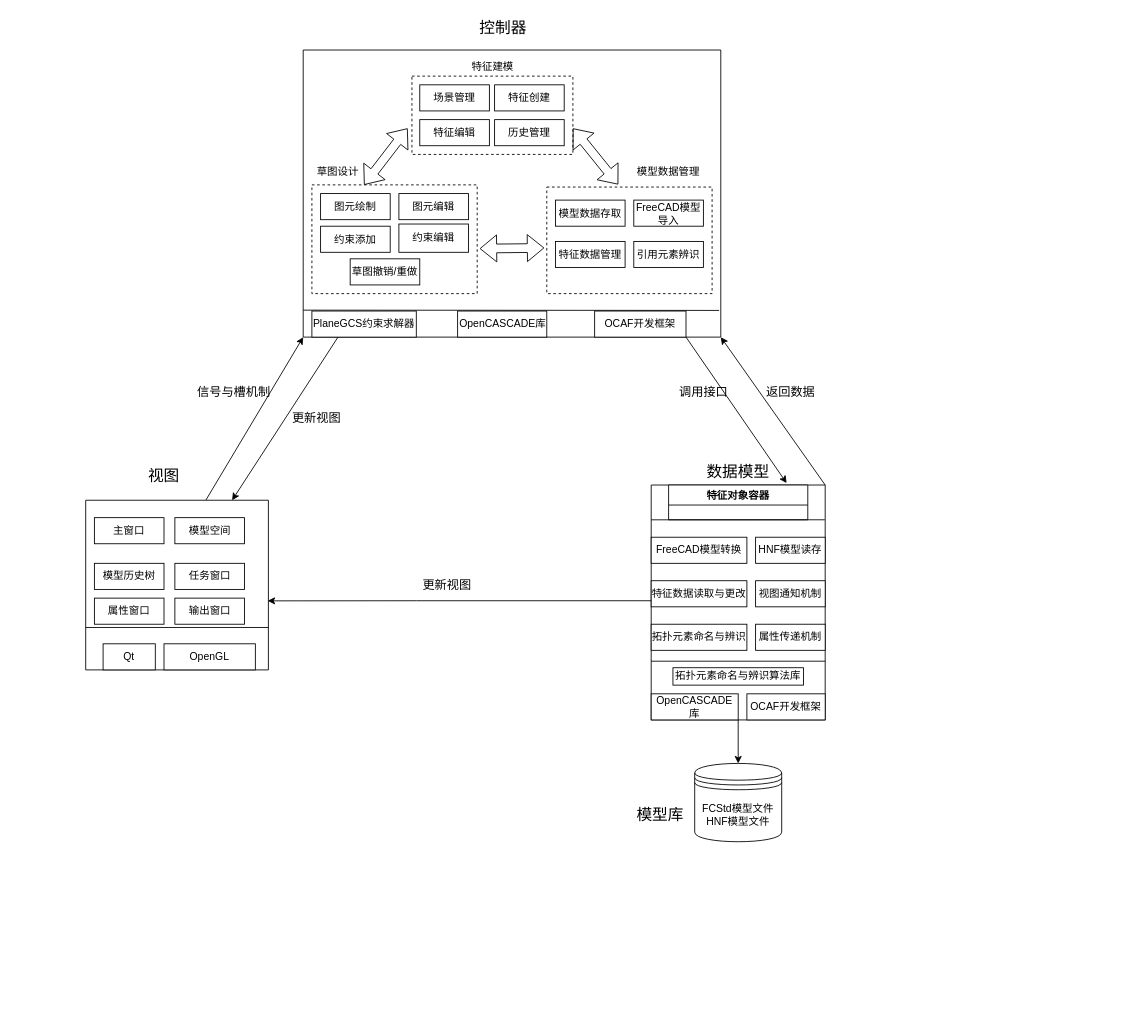
The draw.io diagram MVC架构不分层.drawio in liuhuliuhu123/First-test, before the edit. Source tidied: cells renumbered, new cells numbered last; positions are measured from the earlier drawing's top-left corner, leaving out a move shared by most shapes. Both pictures are drawn from the tidied source at 87%, with x=0, y=0 at pixel (85, 15).
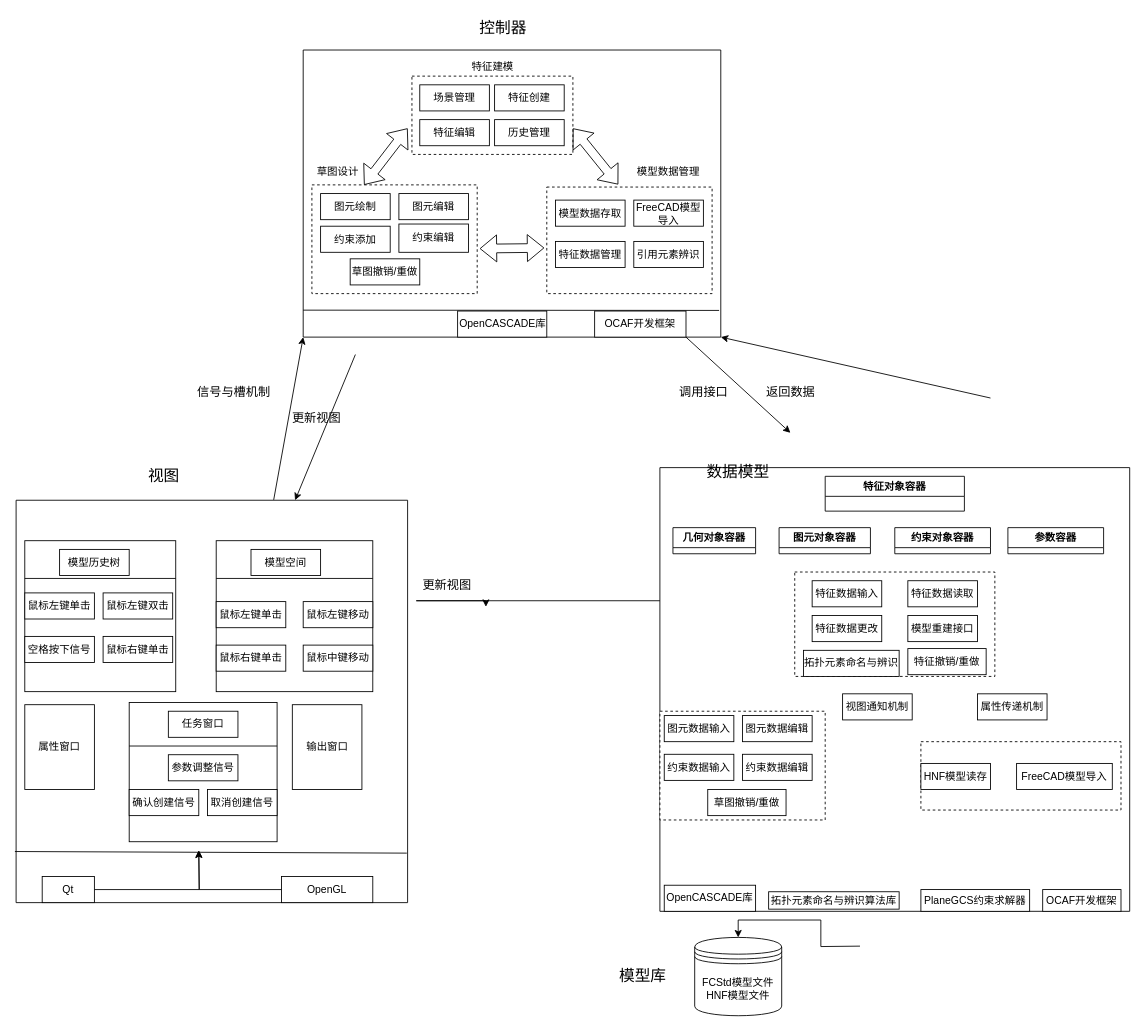
Above is the later version.

Commit message:
更新MVC架构不分层.drawio

Unchanged cells that the change refers to:
```xml
<mxCell id="11" style="swimlane;startSize=0;" parent="1" vertex="1">
  <mxGeometry x="250" y="40" width="480" height="330" as="geometry" />
</mxCell>
<mxCell id="34" value="OCAF开发框架" style="rounded=0;whiteSpace=wrap;html=1;" parent="11" vertex="1">
  <mxGeometry x="335" y="300" width="105" height="30" as="geometry" />
</mxCell>
```

Change to the diagram source:
```diff
@@
     <mxCell id="2" style="swimlane;startSize=0;" parent="1" vertex="1">
-      <mxGeometry y="557.5" width="210" height="195" as="geometry" />
+      <mxGeometry x="-80" y="557.5" width="450" height="462.5" as="geometry" />
     </mxCell>
-    <mxCell id="3" value="主窗口" style="rounded=0;whiteSpace=wrap;html=1;" parent="2" vertex="1">
-      <mxGeometry x="10" y="20" width="80" height="30" as="geometry" />
-    </mxCell>
-    <mxCell id="4" value="模型空间" style="rounded=0;whiteSpace=wrap;html=1;" parent="2" vertex="1">
-      <mxGeometry x="102.5" y="20" width="80" height="30" as="geometry" />
-    </mxCell>
-    <mxCell id="5" value="模型历史树" style="rounded=0;whiteSpace=wrap;html=1;" parent="2" vertex="1">
-      <mxGeometry x="10" y="72.5" width="80" height="30" as="geometry" />
-    </mxCell>
-    <mxCell id="6" value="任务窗口" style="rounded=0;whiteSpace=wrap;html=1;" parent="2" vertex="1">
-      <mxGeometry x="102.5" y="72.5" width="80" height="30" as="geometry" />
-    </mxCell>
     <mxCell id="7" value="输出窗口" style="rounded=0;whiteSpace=wrap;html=1;" parent="2" vertex="1">
-      <mxGeometry x="102.5" y="112.5" width="80" height="30" as="geometry" />
+      <mxGeometry x="317.5" y="235" width="80" height="97.5" as="geometry" />
     </mxCell>
     <mxCell id="8" value="Qt" style="rounded=0;whiteSpace=wrap;html=1;" parent="2" vertex="1">
-      <mxGeometry x="20" y="165" width="60" height="30" as="geometry" />
+      <mxGeometry x="30" y="432.5" width="60" height="30" as="geometry" />
     </mxCell>
     <mxCell id="9" value="OpenGL" style="rounded=0;whiteSpace=wrap;html=1;" parent="2" vertex="1">
-      <mxGeometry x="90" y="165" width="105" height="30" as="geometry" />
+      <mxGeometry x="305" y="432.5" width="105" height="30" as="geometry" />
     </mxCell>
     <mxCell id="10" value="属性窗口" style="rounded=0;whiteSpace=wrap;html=1;" parent="2" vertex="1">
-      <mxGeometry x="10" y="112.5" width="80" height="30" as="geometry" />
+      <mxGeometry x="10" y="235" width="80" height="97.5" as="geometry" />
     </mxCell>
+    <mxCell id="69" style="whiteSpace=wrap;html=1;" parent="2" vertex="1">
+      <mxGeometry x="10" y="46.5" width="173.5" height="173.5" as="geometry" />
+    </mxCell>
+    <mxCell id="5" value="模型历史树" style="rounded=0;whiteSpace=wrap;html=1;" parent="2" vertex="1">
+      <mxGeometry x="50" y="56.5" width="80" height="30" as="geometry" />
+    </mxCell>
+    <mxCell id="70" value="鼠标左键单击" style="rounded=0;whiteSpace=wrap;html=1;" parent="2" vertex="1">
+      <mxGeometry x="10" y="106.5" width="80" height="30" as="geometry" />
+    </mxCell>
+    <mxCell id="71" value="鼠标左键双击" style="rounded=0;whiteSpace=wrap;html=1;" parent="2" vertex="1">
+      <mxGeometry x="100" y="106.5" width="80" height="30" as="geometry" />
+    </mxCell>
+    <mxCell id="72" value="空格按下信号" style="rounded=0;whiteSpace=wrap;html=1;" parent="2" vertex="1">
+      <mxGeometry x="10" y="156.5" width="80" height="30" as="geometry" />
+    </mxCell>
+    <mxCell id="73" value="鼠标右键单击" style="rounded=0;whiteSpace=wrap;html=1;" parent="2" vertex="1">
+      <mxGeometry x="100" y="156.5" width="80" height="30" as="geometry" />
+    </mxCell>
+    <mxCell id="74" style="endArrow=none;html=1;rounded=0;exitX=0;exitY=0.25;exitDx=0;exitDy=0;entryX=1;entryY=0.25;entryDx=0;entryDy=0;" parent="2" edge="1" source="69" target="69">
+      <mxGeometry relative="1" as="geometry" />
+    </mxCell>
+    <mxCell id="75" style="rounded=0;whiteSpace=wrap;html=1;" parent="2" vertex="1">
+      <mxGeometry x="230" y="46.5" width="180" height="173.5" as="geometry" />
+    </mxCell>
+    <mxCell id="4" value="模型空间" style="rounded=0;whiteSpace=wrap;html=1;" parent="2" vertex="1">
+      <mxGeometry x="270" y="56.5" width="80" height="30" as="geometry" />
+    </mxCell>
+    <mxCell id="76" value="鼠标左键单击" style="rounded=0;whiteSpace=wrap;html=1;" parent="2" vertex="1">
+      <mxGeometry x="230" y="116.5" width="80" height="30" as="geometry" />
+    </mxCell>
+    <mxCell id="77" value="鼠标右键单击" style="rounded=0;whiteSpace=wrap;html=1;" parent="2" vertex="1">
+      <mxGeometry x="230" y="166.5" width="80" height="30" as="geometry" />
+    </mxCell>
+    <mxCell id="78" value="鼠标左键移动" style="rounded=0;whiteSpace=wrap;html=1;" parent="2" vertex="1">
+      <mxGeometry x="330" y="116.5" width="80" height="30" as="geometry" />
+    </mxCell>
+    <mxCell id="79" value="鼠标中键移动" style="rounded=0;whiteSpace=wrap;html=1;" parent="2" vertex="1">
+      <mxGeometry x="330" y="166.5" width="80" height="30" as="geometry" />
+    </mxCell>
+    <mxCell id="80" style="endArrow=none;html=1;rounded=0;exitX=1;exitY=0.25;exitDx=0;exitDy=0;entryX=0;entryY=0.25;entryDx=0;entryDy=0;" parent="2" edge="1" source="75" target="75">
+      <mxGeometry relative="1" as="geometry" />
+    </mxCell>
+    <mxCell id="81" style="rounded=0;whiteSpace=wrap;html=1;" parent="2" vertex="1">
+      <mxGeometry x="130" y="232.5" width="170" height="160" as="geometry" />
+    </mxCell>
+    <mxCell id="6" value="任务窗口" style="rounded=0;whiteSpace=wrap;html=1;" parent="2" vertex="1">
+      <mxGeometry x="175" y="242.5" width="80" height="30" as="geometry" />
+    </mxCell>
+    <mxCell id="82" style="endArrow=none;html=1;rounded=0;exitX=0;exitY=0.5;exitDx=0;exitDy=0;entryX=1;entryY=0.5;entryDx=0;entryDy=0;" parent="2" edge="1">
+      <mxGeometry relative="1" as="geometry">
+        <mxPoint x="130" y="282.5" as="sourcePoint" />
+        <mxPoint x="300" y="282.5" as="targetPoint" />
+      </mxGeometry>
+    </mxCell>
+    <mxCell id="83" value="参数调整信号" style="rounded=0;whiteSpace=wrap;html=1;" parent="2" vertex="1">
+      <mxGeometry x="175" y="292.5" width="80" height="30" as="geometry" />
+    </mxCell>
+    <mxCell id="84" value="确认创建信号" style="rounded=0;whiteSpace=wrap;html=1;" parent="2" vertex="1">
+      <mxGeometry x="130" y="332.5" width="80" height="30" as="geometry" />
+    </mxCell>
+    <mxCell id="85" value="取消创建信号" style="rounded=0;whiteSpace=wrap;html=1;" parent="2" vertex="1">
+      <mxGeometry x="220" y="332.5" width="80" height="30" as="geometry" />
+    </mxCell>
+    <mxCell id="86" style="endArrow=classic;html=1;rounded=0;exitX=1;exitY=0.5;exitDx=0;exitDy=0;edgeStyle=orthogonalEdgeStyle;" parent="2" edge="1" source="8">
+      <mxGeometry relative="1" as="geometry">
+        <mxPoint x="210" y="402.5" as="targetPoint" />
+      </mxGeometry>
+    </mxCell>
@@
-    <mxCell id="32" value="PlaneGCS约束求解器" style="rounded=0;whiteSpace=wrap;html=1;" parent="11" vertex="1">
-      <mxGeometry x="10" y="300" width="120" height="30" as="geometry" />
-    </mxCell>
@@
-    <mxCell id="38" style="edgeStyle=orthogonalEdgeStyle;rounded=0;jettySize=auto;html=1;entryX=0.5;entryY=0;entryDx=0;entryDy=0;exitX=1;exitY=1;exitDx=0;exitDy=0;" parent="1" edge="1" source="48" target="55">
-      <mxGeometry relative="1" as="geometry" />
+    <mxCell id="38" style="edgeStyle=orthogonalEdgeStyle;rounded=0;jettySize=auto;html=1;entryX=0.5;entryY=0;entryDx=0;entryDy=0;" parent="1" edge="1" target="55">
+      <mxGeometry relative="1" as="geometry">
+        <mxPoint x="890" y="1070" as="sourcePoint" />
+      </mxGeometry>
     </mxCell>
     <mxCell id="39" style="swimlane;startSize=0;" parent="1" vertex="1">
-      <mxGeometry x="650" y="540" width="200" height="270" as="geometry" />
+      <mxGeometry x="660" y="520" width="540" height="510" as="geometry" />
     </mxCell>
-    <mxCell id="40" value="FreeCAD模型转换" style="rounded=0;whiteSpace=wrap;html=1;" parent="39" vertex="1">
-      <mxGeometry y="60" width="110" height="30" as="geometry" />
-    </mxCell>
-    <mxCell id="41" value="HNF模型读存" style="rounded=0;whiteSpace=wrap;html=1;" parent="39" vertex="1">
-      <mxGeometry x="120" y="60" width="80" height="30" as="geometry" />
-    </mxCell>
-    <mxCell id="42" value="特征数据读取与更改" style="rounded=0;whiteSpace=wrap;html=1;" parent="39" vertex="1">
-      <mxGeometry y="110" width="110" height="30" as="geometry" />
-    </mxCell>
-    <mxCell id="43" value="视图通知机制" style="rounded=0;whiteSpace=wrap;html=1;" parent="39" vertex="1">
-      <mxGeometry x="120" y="110" width="80" height="30" as="geometry" />
-    </mxCell>
-    <mxCell id="44" value="拓扑元素命名与辨识" style="rounded=0;whiteSpace=wrap;html=1;" parent="39" vertex="1">
-      <mxGeometry y="160" width="110" height="30" as="geometry" />
-    </mxCell>
-    <mxCell id="45" value="属性传递机制" style="rounded=0;whiteSpace=wrap;html=1;" parent="39" vertex="1">
-      <mxGeometry x="120" y="160" width="80" height="30" as="geometry" />
-    </mxCell>
     <mxCell id="46" value="特征对象容器" style="swimlane;whiteSpace=wrap;html=1;" parent="39" vertex="1">
-      <mxGeometry x="20" width="160" height="40" as="geometry" />
+      <mxGeometry x="190" y="10" width="160" height="40" as="geometry" />
     </mxCell>
     <mxCell id="47" value="拓扑元素命名与辨识算法库" style="rounded=0;whiteSpace=wrap;html=1;" parent="39" vertex="1">
-      <mxGeometry x="25" y="210" width="150" height="20" as="geometry" />
+      <mxGeometry x="125" y="487.5" width="150" height="20" as="geometry" />
     </mxCell>
     <mxCell id="48" value="OpenCASCADE库" style="rounded=0;whiteSpace=wrap;html=1;" parent="39" vertex="1">
-      <mxGeometry y="240" width="100" height="30" as="geometry" />
+      <mxGeometry x="5" y="480" width="105" height="30" as="geometry" />
     </mxCell>
     <mxCell id="49" value="OCAF开发框架" style="rounded=0;whiteSpace=wrap;html=1;" parent="39" vertex="1">
-      <mxGeometry x="110" y="240" width="90" height="30" as="geometry" />
+      <mxGeometry x="440" y="485" width="90" height="25" as="geometry" />
     </mxCell>
+    <mxCell id="32" value="PlaneGCS约束求解器" style="rounded=0;whiteSpace=wrap;html=1;" parent="39" vertex="1">
+      <mxGeometry x="300" y="485" width="125" height="25" as="geometry" />
+    </mxCell>
+    <mxCell id="87" value="几何对象容器" style="swimlane;whiteSpace=wrap;html=1;" parent="39" vertex="1">
+      <mxGeometry x="15" y="69" width="95" height="30" as="geometry" />
+    </mxCell>
+    <mxCell id="88" value="图元对象容器" style="swimlane;whiteSpace=wrap;html=1;startSize=23;" parent="39" vertex="1">
+      <mxGeometry x="137" y="69" width="105" height="30" as="geometry" />
+    </mxCell>
+    <mxCell id="89" value="约束对象容器" style="swimlane;whiteSpace=wrap;html=1;startSize=23;" parent="39" vertex="1">
+      <mxGeometry x="270" y="69" width="110" height="30" as="geometry" />
+    </mxCell>
+    <mxCell id="90" value="参数容器" style="swimlane;whiteSpace=wrap;html=1;startSize=23;" parent="39" vertex="1">
+      <mxGeometry x="400" y="69" width="110" height="30" as="geometry" />
+    </mxCell>
+    <mxCell id="91" style="rounded=0;whiteSpace=wrap;html=1;dashed=1;" parent="39" vertex="1">
+      <mxGeometry x="155" y="120" width="230" height="120" as="geometry" />
+    </mxCell>
+    <mxCell id="92" value="特征数据输入" style="rounded=0;whiteSpace=wrap;html=1;" parent="39" vertex="1">
+      <mxGeometry x="175" y="130" width="80" height="30" as="geometry" />
+    </mxCell>
+    <mxCell id="93" value="特征数据读取" style="rounded=0;whiteSpace=wrap;html=1;" parent="39" vertex="1">
+      <mxGeometry x="285" y="130" width="80" height="30" as="geometry" />
+    </mxCell>
+    <mxCell id="94" value="特征数据更改" style="rounded=0;whiteSpace=wrap;html=1;" parent="39" vertex="1">
+      <mxGeometry x="175" y="170" width="80" height="30" as="geometry" />
+    </mxCell>
+    <mxCell id="95" value="模型重建接口" style="rounded=0;whiteSpace=wrap;html=1;" parent="39" vertex="1">
+      <mxGeometry x="285" y="170" width="80" height="30" as="geometry" />
+    </mxCell>
+    <mxCell id="96" value="特征撤销/重做" style="rounded=0;whiteSpace=wrap;html=1;" parent="39" vertex="1">
+      <mxGeometry x="285" y="208" width="90" height="30" as="geometry" />
+    </mxCell>
+    <mxCell id="44" value="拓扑元素命名与辨识" style="rounded=0;whiteSpace=wrap;html=1;" parent="39" vertex="1">
+      <mxGeometry x="165" y="210" width="110" height="30" as="geometry" />
+    </mxCell>
+    <mxCell id="97" style="rounded=0;whiteSpace=wrap;html=1;dashed=1;" parent="39" vertex="1">
+      <mxGeometry y="280" width="190" height="125" as="geometry" />
+    </mxCell>
+    <mxCell id="98" value="图元数据输入" style="rounded=0;whiteSpace=wrap;html=1;" parent="39" vertex="1">
+      <mxGeometry x="5" y="285" width="80" height="30" as="geometry" />
+    </mxCell>
+    <mxCell id="99" value="图元数据编辑" style="rounded=0;whiteSpace=wrap;html=1;" parent="39" vertex="1">
+      <mxGeometry x="95" y="285" width="80" height="30" as="geometry" />
+    </mxCell>
+    <mxCell id="100" value="约束数据编辑" style="rounded=0;whiteSpace=wrap;html=1;" parent="39" vertex="1">
+      <mxGeometry x="95" y="329.5" width="80" height="30" as="geometry" />
+    </mxCell>
+    <mxCell id="101" value="约束数据输入" style="rounded=0;whiteSpace=wrap;html=1;" parent="39" vertex="1">
+      <mxGeometry x="5" y="329.5" width="80" height="30" as="geometry" />
+    </mxCell>
+    <mxCell id="102" value="草图撤销/重做" style="rounded=0;whiteSpace=wrap;html=1;" parent="39" vertex="1">
+      <mxGeometry x="55" y="370" width="90" height="30" as="geometry" />
+    </mxCell>
+    <mxCell id="103" style="rounded=0;whiteSpace=wrap;html=1;dashed=1;" parent="39" vertex="1">
+      <mxGeometry x="300" y="315" width="230" height="78.6" as="geometry" />
+    </mxCell>
+    <mxCell id="41" value="HNF模型读存" style="rounded=0;whiteSpace=wrap;html=1;" parent="39" vertex="1">
+      <mxGeometry x="300" y="340" width="80" height="30" as="geometry" />
+    </mxCell>
+    <mxCell id="40" value="FreeCAD模型导入" style="rounded=0;whiteSpace=wrap;html=1;" parent="39" vertex="1">
+      <mxGeometry x="410" y="340" width="110" height="30" as="geometry" />
+    </mxCell>
+    <mxCell id="43" value="视图通知机制" style="rounded=0;whiteSpace=wrap;html=1;" parent="39" vertex="1">
+      <mxGeometry x="210" y="260" width="80" height="30" as="geometry" />
+    </mxCell>
+    <mxCell id="45" value="属性传递机制" style="rounded=0;whiteSpace=wrap;html=1;" parent="39" vertex="1">
+      <mxGeometry x="365" y="260" width="80" height="30" as="geometry" />
+    </mxCell>
@@
-    <mxCell id="53" style="endArrow=none;html=1;rounded=0;entryX=1;entryY=0.75;entryDx=0;entryDy=0;exitX=0;exitY=0.75;exitDx=0;exitDy=0;" parent="1" edge="1" source="39" target="39">
-      <mxGeometry relative="1" as="geometry" />
-    </mxCell>
-    <mxCell id="54" style="endArrow=none;html=1;rounded=0;exitX=0.998;exitY=0.148;exitDx=0;exitDy=0;exitPerimeter=0;" parent="1" edge="1" source="39">
-      <mxGeometry relative="1" as="geometry">
-        <mxPoint x="650" y="580" as="targetPoint" />
-      </mxGeometry>
-    </mxCell>
     <mxCell id="55" value="FCStd模型文件&lt;br&gt;HNF模型文件" style="shape=datastore;whiteSpace=wrap;html=1;" parent="1" vertex="1">
-      <mxGeometry x="700" y="860" width="100" height="90" as="geometry" />
+      <mxGeometry x="700" y="1060" width="100" height="90" as="geometry" />
     </mxCell>
     <mxCell id="56" value="&lt;font style=&quot;font-size: 18px;&quot;&gt;模型库&lt;/font&gt;" style="text;html=1;align=center;verticalAlign=middle;strokeColor=none;fillColor=none;" parent="1" vertex="1">
-      <mxGeometry x="620" y="900" width="80" height="40" as="geometry" />
+      <mxGeometry x="600" y="1085" width="80" height="40" as="geometry" />
     </mxCell>
@@
-    <mxCell id="59" style="edgeStyle=orthogonalEdgeStyle;rounded=0;jettySize=auto;html=1;entryX=0.996;entryY=0.593;entryDx=0;entryDy=0;entryPerimeter=0;" parent="1" edge="1" source="39" target="2">
+    <mxCell id="59" style="edgeStyle=orthogonalEdgeStyle;rounded=0;jettySize=auto;html=1;" parent="1" edge="1" source="39">
       <mxGeometry relative="1" as="geometry">
+        <mxPoint x="460" y="680" as="targetPoint" />
         <Array as="points">
           <mxPoint x="380" y="673" />
           <mxPoint x="380" y="673" />
         </Array>
       </mxGeometry>
     </mxCell>
-    <mxCell id="60" style="endArrow=classic;html=1;rounded=0;entryX=1;entryY=1;entryDx=0;entryDy=0;exitX=1;exitY=0;exitDx=0;exitDy=0;" parent="1" edge="1" source="39" target="11">
-      <mxGeometry relative="1" as="geometry" />
+    <mxCell id="60" style="endArrow=classic;html=1;rounded=0;entryX=1;entryY=1;entryDx=0;entryDy=0;" parent="1" edge="1" target="11">
+      <mxGeometry relative="1" as="geometry">
+        <mxPoint x="1040" y="440" as="sourcePoint" />
+      </mxGeometry>
     </mxCell>
-    <mxCell id="61" style="endArrow=classic;html=1;rounded=0;exitX=1;exitY=1;exitDx=0;exitDy=0;entryX=0.848;entryY=-0.055;entryDx=0;entryDy=0;entryPerimeter=0;" parent="1" edge="1" source="34" target="46">
-      <mxGeometry relative="1" as="geometry" />
+    <mxCell id="61" style="endArrow=classic;html=1;rounded=0;exitX=1;exitY=1;exitDx=0;exitDy=0;" parent="1" edge="1" source="34">
+      <mxGeometry relative="1" as="geometry">
+        <mxPoint x="810" y="480" as="targetPoint" />
+      </mxGeometry>
     </mxCell>
@@
-    <mxCell id="63" style="endArrow=classic;html=1;rounded=0;exitX=0.25;exitY=1;exitDx=0;exitDy=0;" parent="1" edge="1" source="32" target="2">
-      <mxGeometry relative="1" as="geometry" />
+    <mxCell id="63" style="endArrow=classic;html=1;rounded=0;" parent="1" edge="1" target="2">
+      <mxGeometry relative="1" as="geometry">
+        <mxPoint x="310" y="390" as="sourcePoint" />
+      </mxGeometry>
     </mxCell>
@@
-    <mxCell id="68" style="endArrow=none;html=1;rounded=0;entryX=1;entryY=0.75;entryDx=0;entryDy=0;exitX=0;exitY=0.75;exitDx=0;exitDy=0;" parent="1" edge="1" source="2" target="2">
+    <mxCell id="68" style="endArrow=none;html=1;rounded=0;exitX=-0.003;exitY=0.873;exitDx=0;exitDy=0;exitPerimeter=0;entryX=0.998;entryY=0.877;entryDx=0;entryDy=0;entryPerimeter=0;" parent="1" edge="1" source="2" target="2">
       <mxGeometry relative="1" as="geometry" />
     </mxCell>
+    <mxCell id="104" style="endArrow=classic;html=1;rounded=0;exitX=0;exitY=0.5;exitDx=0;exitDy=0;edgeStyle=orthogonalEdgeStyle;" parent="1" edge="1" source="9">
+      <mxGeometry relative="1" as="geometry">
+        <mxPoint x="130" y="960" as="targetPoint" />
+      </mxGeometry>
+    </mxCell>
```
